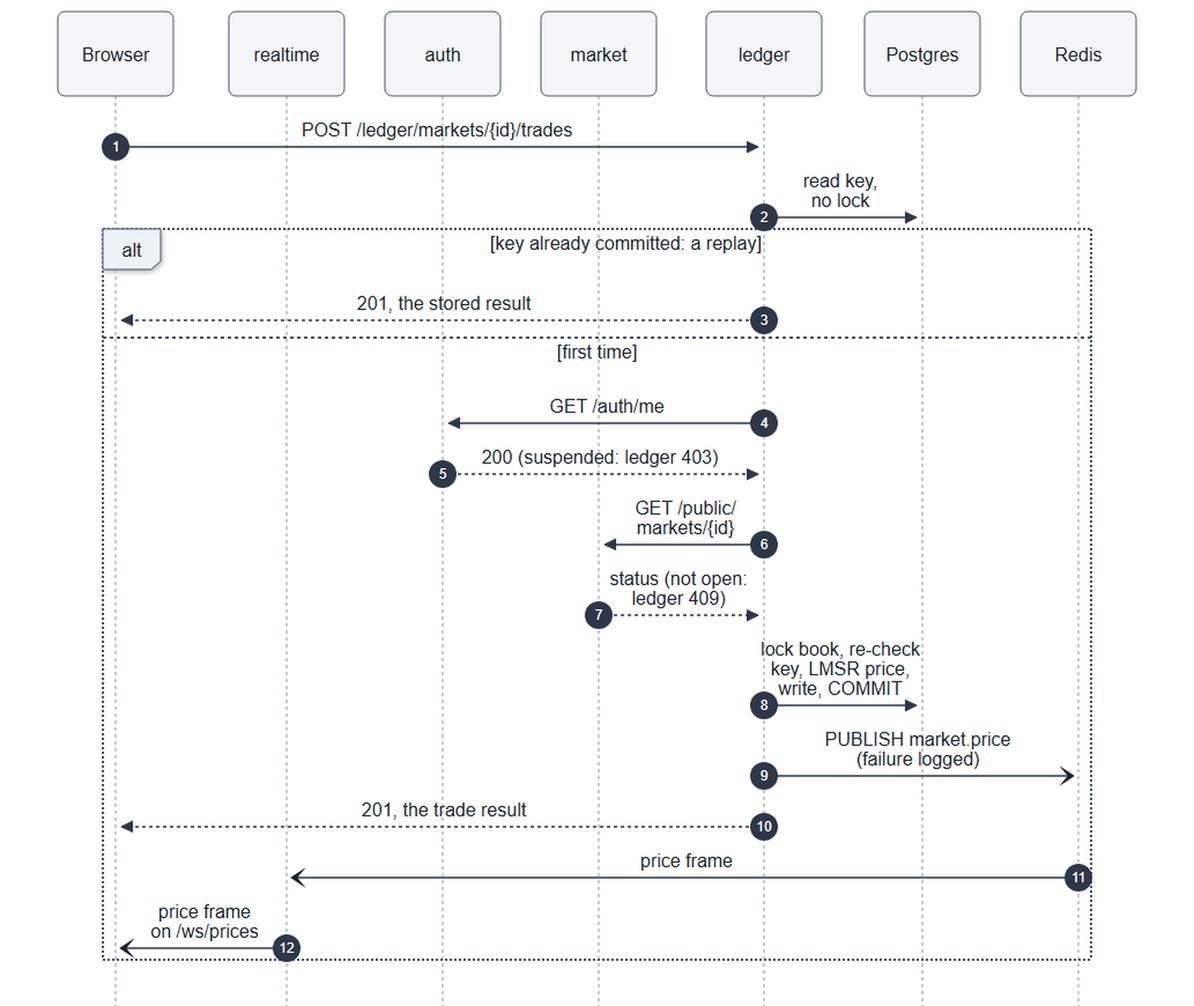
The Mermaid diagram docs/diagrams/rendered/06-trade-sequence.png in decker757/CS464, before a commit. Its source is kept beside it as docs/diagrams/06-trade-sequence.mmd.
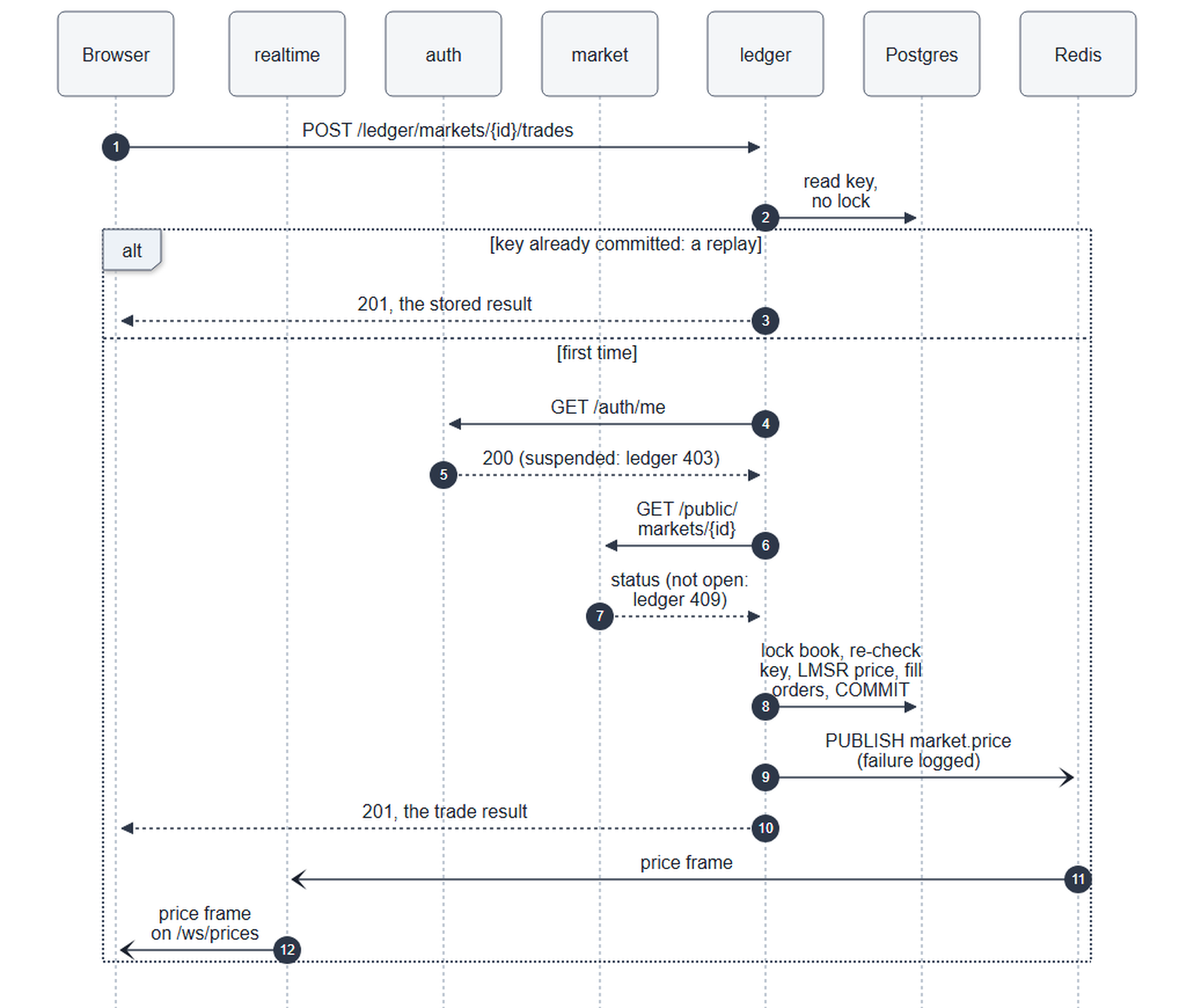
Above is the later version.

Commit message:
fix(diagrams): 02 names ECS and keeps its arrows off the titles, and 06 shows orders filling under the lock

What changed in the source:
```diff
@@ -18,7 +18,7 @@
         A-->>L: 200 (suspended: ledger 403)
         L->>M: GET /public/<br/>markets/{id}
         M-->>L: status (not open: ledger 409)
-        L->>DB: lock book, re-check key, LMSR price, write, COMMIT
+        L->>DB: lock book, re-check key, LMSR price, fill orders, COMMIT
         L-)R: PUBLISH market.price<br/>(failure logged)
         L-->>B: 201, the trade result
         R-)RT: price frame
```
